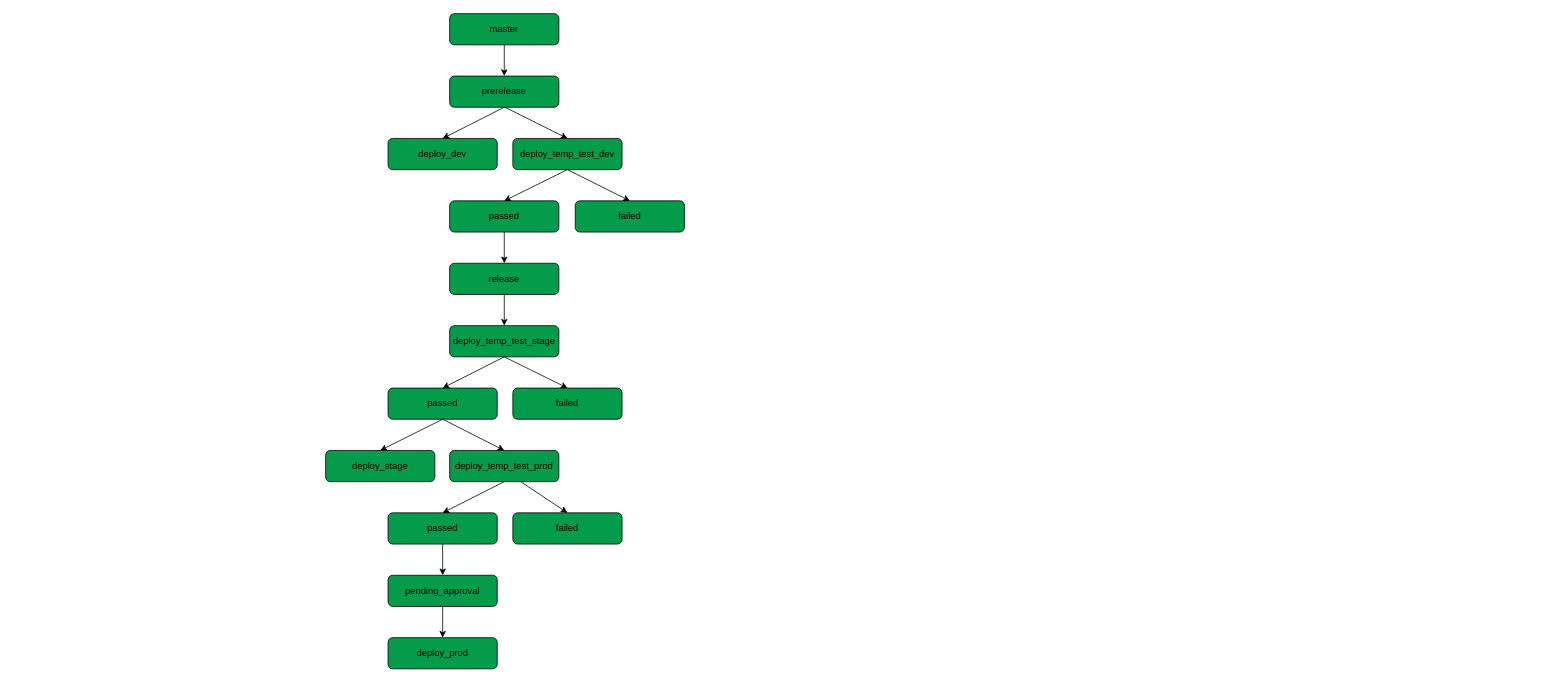
yevhenii-r/test_lerna keeps this draw.io diagram as draw/diagram.drawio. Above is the earlier version. Source tidied: cells renumbered, new cells numbered last; positions are measured from the earlier drawing's top-left corner, leaving out a move shared by most shapes. Both pictures are drawn from the tidied source at 78%, with x=0, y=0 at pixel (325, 13).
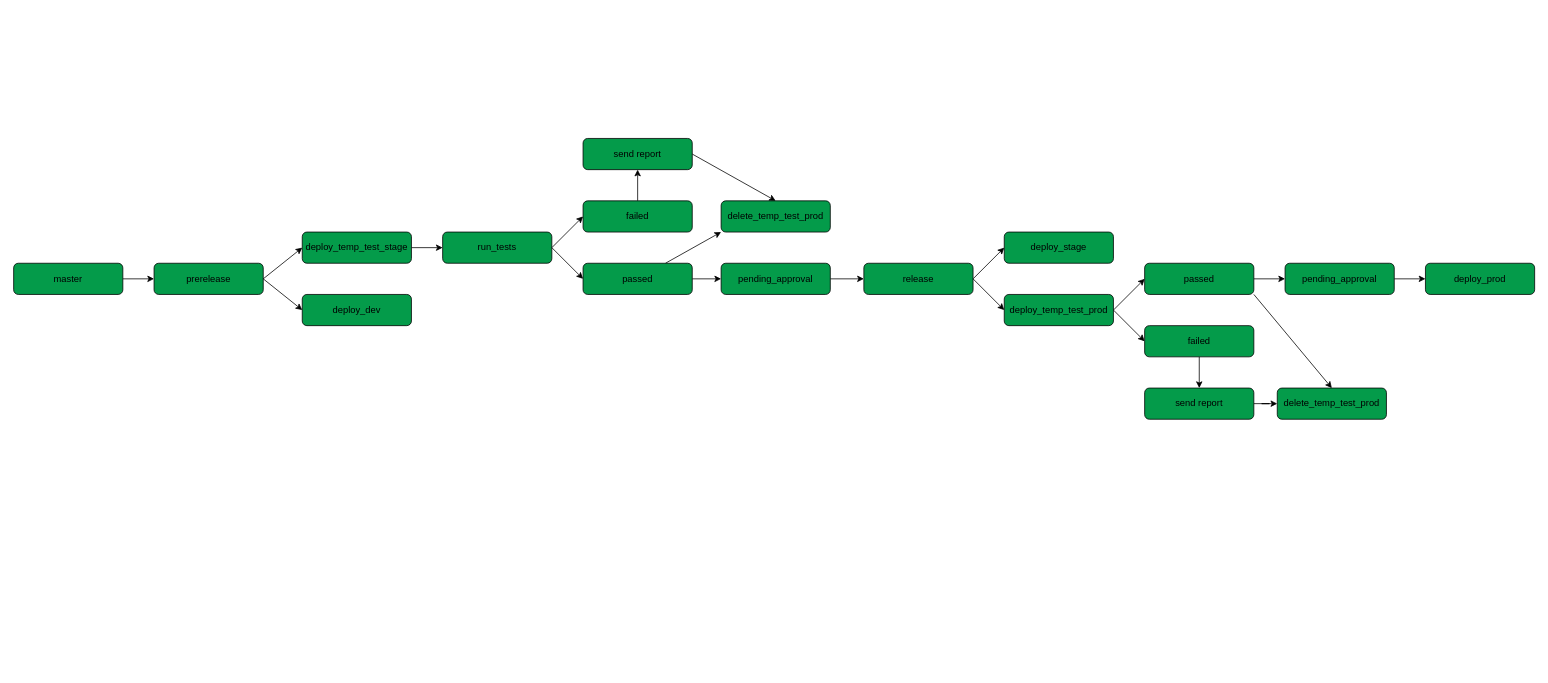
The same diagram, later.

Diff of the diagram source:
```diff
@@
     <mxCell id="3" value="master" style="rounded=1;whiteSpace=wrap;html=1;fillColor=#049B4A;" parent="1" vertex="1">
-      <mxGeometry x="159" width="140" height="40" as="geometry" />
+      <mxGeometry x="-400" y="320" width="140" height="40" as="geometry" />
     </mxCell>
     <mxCell id="4" value="deploy_prod" style="rounded=1;whiteSpace=wrap;html=1;fillColor=#049B4A;" parent="1" vertex="1">
-      <mxGeometry x="80" y="800" width="140" height="40" as="geometry" />
+      <mxGeometry x="1410" y="320" width="140" height="40" as="geometry" />
     </mxCell>
     <mxCell id="5" value="deploy_dev" style="rounded=1;whiteSpace=wrap;html=1;fillColor=#049B4A;" parent="1" vertex="1">
-      <mxGeometry x="80" y="160" width="140" height="40" as="geometry" />
+      <mxGeometry x="-30" y="360" width="140" height="40" as="geometry" />
     </mxCell>
     <mxCell id="6" value="prerelease" style="rounded=1;whiteSpace=wrap;html=1;fillColor=#049B4A;" parent="1" vertex="1">
-      <mxGeometry x="159" y="80" width="140" height="40" as="geometry" />
+      <mxGeometry x="-220" y="320" width="140" height="40" as="geometry" />
     </mxCell>
-    <mxCell id="7" style="edgeStyle=orthogonalEdgeStyle;rounded=0;jettySize=auto;html=1;" parent="1" edge="1" source="8" target="13">
+    <mxCell id="7" style="edgeStyle=none;rounded=0;jettySize=auto;html=1;" parent="1" edge="1" source="8" target="13">
       <mxGeometry relative="1" as="geometry" />
     </mxCell>
-    <mxCell id="8" value="release" style="rounded=1;whiteSpace=wrap;html=1;fillColor=#049B4A;" parent="1" vertex="1">
-      <mxGeometry x="159" y="320" width="140" height="40" as="geometry" />
+    <mxCell id="8" value="pending_approval" style="rounded=1;whiteSpace=wrap;html=1;fillColor=#049B4A;" parent="1" vertex="1">
+      <mxGeometry x="507" y="320" width="140" height="40" as="geometry" />
     </mxCell>
-    <mxCell id="9" style="edgeStyle=orthogonalEdgeStyle;rounded=0;jettySize=auto;html=1;" parent="1" edge="1" source="10" target="22">
+    <mxCell id="9" style="edgeStyle=none;rounded=0;jettySize=auto;html=1;" parent="1" edge="1" source="10" target="22">
       <mxGeometry relative="1" as="geometry" />
     </mxCell>
+    <mxCell id="33" style="edgeStyle=none;rounded=0;jettySize=auto;html=1;entryX=0.5;entryY=0;entryDx=0;entryDy=0;exitX=1;exitY=1;exitDx=0;exitDy=0;" parent="1" edge="1" source="10" target="44">
+      <mxGeometry relative="1" as="geometry" />
+    </mxCell>
     <mxCell id="10" value="passed" style="rounded=1;whiteSpace=wrap;html=1;fillColor=#049B4A;" parent="1" vertex="1">
-      <mxGeometry x="80" y="640" width="140" height="40" as="geometry" />
+      <mxGeometry x="1050" y="320" width="140" height="40" as="geometry" />
     </mxCell>
     <mxCell id="11" value="deploy_stage" style="rounded=1;whiteSpace=wrap;html=1;fillColor=#049B4A;" parent="1" vertex="1">
-      <mxGeometry y="560" width="140" height="40" as="geometry" />
+      <mxGeometry x="870" y="280" width="140" height="40" as="geometry" />
     </mxCell>
-    <mxCell id="12" value="deploy_temp_test_dev" style="rounded=1;whiteSpace=wrap;html=1;fillColor=#049B4A;" parent="1" vertex="1">
-      <mxGeometry x="240" y="160" width="140" height="40" as="geometry" />
-    </mxCell>
+    <mxCell id="34" style="edgeStyle=none;rounded=0;jettySize=auto;html=1;entryX=0;entryY=0.5;entryDx=0;entryDy=0;exitX=1;exitY=0.5;exitDx=0;exitDy=0;" parent="1" edge="1" source="13" target="11">
+      <mxGeometry relative="1" as="geometry" />
+    </mxCell>
+    <mxCell id="35" style="edgeStyle=none;rounded=0;jettySize=auto;html=1;entryX=0;entryY=0.5;entryDx=0;entryDy=0;exitX=1;exitY=0.5;exitDx=0;exitDy=0;" parent="1" edge="1" source="13" target="14">
+      <mxGeometry relative="1" as="geometry" />
+    </mxCell>
-    <mxCell id="13" value="deploy_temp_test_stage" style="rounded=1;whiteSpace=wrap;html=1;fillColor=#049B4A;" parent="1" vertex="1">
-      <mxGeometry x="159" y="400" width="140" height="40" as="geometry" />
+    <mxCell id="13" value="release" style="rounded=1;whiteSpace=wrap;html=1;fillColor=#049B4A;" parent="1" vertex="1">
+      <mxGeometry x="690" y="320" width="140" height="40" as="geometry" />
     </mxCell>
+    <mxCell id="31" style="edgeStyle=none;rounded=0;jettySize=auto;html=1;exitX=1;exitY=0.5;exitDx=0;exitDy=0;entryX=0;entryY=0.5;entryDx=0;entryDy=0;" parent="1" edge="1" source="14" target="10">
+      <mxGeometry relative="1" as="geometry" />
+    </mxCell>
+    <mxCell id="36" style="edgeStyle=none;rounded=0;jettySize=auto;html=1;entryX=0;entryY=0.5;entryDx=0;entryDy=0;exitX=1;exitY=0.5;exitDx=0;exitDy=0;" parent="1" edge="1" source="14" target="20">
+      <mxGeometry relative="1" as="geometry" />
+    </mxCell>
     <mxCell id="14" value="deploy_temp_test_prod" style="rounded=1;whiteSpace=wrap;html=1;fillColor=#049B4A;" parent="1" vertex="1">
-      <mxGeometry x="159" y="560" width="140" height="40" as="geometry" />
+      <mxGeometry x="870" y="360" width="140" height="40" as="geometry" />
     </mxCell>
-    <mxCell id="15" style="edgeStyle=orthogonalEdgeStyle;rounded=0;jettySize=auto;html=1;" parent="1" edge="1" source="16" target="8">
+    <mxCell id="15" style="edgeStyle=none;rounded=0;jettySize=auto;html=1;" parent="1" edge="1" source="16" target="8">
       <mxGeometry relative="1" as="geometry" />
     </mxCell>
+    <mxCell id="37" style="edgeStyle=none;rounded=0;jettySize=auto;html=1;entryX=0;entryY=1;entryDx=0;entryDy=0;" parent="1" edge="1" source="16" target="51">
+      <mxGeometry relative="1" as="geometry" />
+    </mxCell>
     <mxCell id="16" value="passed" style="rounded=1;whiteSpace=wrap;html=1;fillColor=#049B4A;" parent="1" vertex="1">
-      <mxGeometry x="159" y="240" width="140" height="40" as="geometry" />
+      <mxGeometry x="330" y="320" width="140" height="40" as="geometry" />
     </mxCell>
-    <mxCell id="17" value="passed" style="rounded=1;whiteSpace=wrap;html=1;fillColor=#049B4A;" parent="1" vertex="1">
-      <mxGeometry x="80" y="480" width="140" height="40" as="geometry" />
-    </mxCell>
+    <mxCell id="38" style="edgeStyle=none;rounded=0;jettySize=auto;html=1;" parent="1" edge="1" source="18" target="50">
+      <mxGeometry relative="1" as="geometry" />
+    </mxCell>
     <mxCell id="18" value="failed" style="rounded=1;whiteSpace=wrap;html=1;fillColor=#049B4A;" parent="1" vertex="1">
-      <mxGeometry x="320" y="240" width="140" height="40" as="geometry" />
+      <mxGeometry x="330" y="240" width="140" height="40" as="geometry" />
     </mxCell>
-    <mxCell id="19" value="failed" style="rounded=1;whiteSpace=wrap;html=1;fillColor=#049B4A;" parent="1" vertex="1">
-      <mxGeometry x="240" y="480" width="140" height="40" as="geometry" />
-    </mxCell>
+    <mxCell id="39" style="edgeStyle=orthogonalEdgeStyle;rounded=0;jettySize=auto;html=1;" parent="1" edge="1" source="20" target="43">
+      <mxGeometry relative="1" as="geometry" />
+    </mxCell>
     <mxCell id="20" value="failed" style="rounded=1;whiteSpace=wrap;html=1;fillColor=#049B4A;" parent="1" vertex="1">
-      <mxGeometry x="240" y="640" width="140" height="40" as="geometry" />
+      <mxGeometry x="1050" y="400" width="140" height="40" as="geometry" />
     </mxCell>
@@
     <mxCell id="22" value="pending_approval" style="rounded=1;whiteSpace=wrap;html=1;fillColor=#049B4A;" parent="1" vertex="1">
-      <mxGeometry x="80" y="720" width="140" height="40" as="geometry" />
+      <mxGeometry x="1230" y="320" width="140" height="40" as="geometry" />
     </mxCell>
-    <mxCell id="23" style="endArrow=classic;html=1;exitX=0.5;exitY=1;exitDx=0;exitDy=0;entryX=0.5;entryY=0;entryDx=0;entryDy=0;" parent="1" edge="1" source="6" target="5">
+    <mxCell id="23" style="endArrow=classic;html=1;exitX=1;exitY=0.5;exitDx=0;exitDy=0;entryX=0;entryY=0.5;entryDx=0;entryDy=0;" parent="1" edge="1" source="6" target="41">
       <mxGeometry relative="1" as="geometry" />
     </mxCell>
-    <mxCell id="24" style="endArrow=classic;html=1;entryX=0.5;entryY=0;entryDx=0;entryDy=0;" parent="1" edge="1" target="12">
-      <mxGeometry relative="1" as="geometry">
-        <mxPoint x="230" y="120" as="sourcePoint" />
-      </mxGeometry>
-    </mxCell>
-    <mxCell id="25" style="endArrow=classic;html=1;entryX=0.5;entryY=0;entryDx=0;entryDy=0;exitX=0.5;exitY=1;exitDx=0;exitDy=0;" parent="1" edge="1" source="12" target="16">
-      <mxGeometry relative="1" as="geometry" />
-    </mxCell>
-    <mxCell id="26" style="endArrow=classic;html=1;exitX=0.5;exitY=1;exitDx=0;exitDy=0;entryX=0.5;entryY=0;entryDx=0;entryDy=0;" parent="1" edge="1" source="12" target="18">
-      <mxGeometry relative="1" as="geometry" />
-    </mxCell>
-    <mxCell id="27" style="endArrow=classic;html=1;exitX=0.5;exitY=1;exitDx=0;exitDy=0;entryX=0.5;entryY=0;entryDx=0;entryDy=0;" parent="1" edge="1" source="13" target="17">
-      <mxGeometry relative="1" as="geometry" />
-    </mxCell>
-    <mxCell id="28" style="endArrow=classic;html=1;exitX=0.5;exitY=1;exitDx=0;exitDy=0;entryX=0.5;entryY=0;entryDx=0;entryDy=0;" parent="1" edge="1" source="13" target="19">
-      <mxGeometry relative="1" as="geometry" />
-    </mxCell>
-    <mxCell id="29" style="endArrow=classic;html=1;exitX=0.5;exitY=1;exitDx=0;exitDy=0;entryX=0.5;entryY=0;entryDx=0;entryDy=0;" parent="1" edge="1" source="17" target="11">
-      <mxGeometry relative="1" as="geometry" />
-    </mxCell>
-    <mxCell id="30" style="endArrow=classic;html=1;exitX=0.5;exitY=1;exitDx=0;exitDy=0;entryX=0.5;entryY=0;entryDx=0;entryDy=0;" parent="1" edge="1" source="17" target="14">
-      <mxGeometry relative="1" as="geometry" />
-    </mxCell>
-    <mxCell id="31" style="endArrow=classic;html=1;exitX=0.5;exitY=1;exitDx=0;exitDy=0;entryX=0.5;entryY=0;entryDx=0;entryDy=0;" parent="1" edge="1" source="14" target="10">
-      <mxGeometry relative="1" as="geometry" />
-    </mxCell>
-    <mxCell id="32" style="endArrow=classic;html=1;entryX=0.5;entryY=0;entryDx=0;entryDy=0;" parent="1" edge="1" target="20">
-      <mxGeometry relative="1" as="geometry">
-        <mxPoint x="250" y="600" as="sourcePoint" />
-      </mxGeometry>
-    </mxCell>
+    <mxCell id="40" style="edgeStyle=orthogonalEdgeStyle;rounded=0;jettySize=auto;html=1;" parent="1" edge="1" source="41" target="47">
+      <mxGeometry relative="1" as="geometry" />
+    </mxCell>
+    <mxCell id="41" value="deploy_temp_test_stage" style="rounded=1;whiteSpace=wrap;html=1;fillColor=#049B4A;" parent="1" vertex="1">
+      <mxGeometry x="-30" y="280" width="140" height="40" as="geometry" />
+    </mxCell>
+    <mxCell id="42" style="edgeStyle=orthogonalEdgeStyle;rounded=0;jettySize=auto;html=1;" parent="1" edge="1" source="43" target="44">
+      <mxGeometry relative="1" as="geometry" />
+    </mxCell>
+    <mxCell id="43" value="send report" style="rounded=1;whiteSpace=wrap;html=1;fillColor=#049B4A;" parent="1" vertex="1">
+      <mxGeometry x="1050" y="480" width="140" height="40" as="geometry" />
+    </mxCell>
+    <mxCell id="44" value="delete_temp_test_prod" style="rounded=1;whiteSpace=wrap;html=1;fillColor=#049B4A;" parent="1" vertex="1">
+      <mxGeometry x="1220" y="480" width="140" height="40" as="geometry" />
+    </mxCell>
+    <mxCell id="45" style="endArrow=classic;html=1;exitX=1;exitY=0.5;exitDx=0;exitDy=0;entryX=0;entryY=0.5;entryDx=0;entryDy=0;" parent="1" edge="1" source="6" target="5">
+      <mxGeometry relative="1" as="geometry" />
+    </mxCell>
+    <mxCell id="46" style="rounded=0;jettySize=auto;html=1;entryX=0;entryY=0.5;entryDx=0;entryDy=0;exitX=1;exitY=0.5;exitDx=0;exitDy=0;" parent="1" edge="1" source="47" target="18">
+      <mxGeometry relative="1" as="geometry" />
+    </mxCell>
+    <mxCell id="47" value="run_tests" style="rounded=1;whiteSpace=wrap;html=1;fillColor=#049B4A;" parent="1" vertex="1">
+      <mxGeometry x="150" y="280" width="140" height="40" as="geometry" />
+    </mxCell>
+    <mxCell id="48" style="rounded=0;jettySize=auto;html=1;entryX=0;entryY=0.5;entryDx=0;entryDy=0;exitX=1;exitY=0.5;exitDx=0;exitDy=0;" parent="1" edge="1" source="47" target="16">
+      <mxGeometry relative="1" as="geometry" />
+    </mxCell>
+    <mxCell id="49" style="rounded=0;jettySize=auto;html=1;exitX=1;exitY=0.5;exitDx=0;exitDy=0;entryX=0.5;entryY=0;entryDx=0;entryDy=0;" parent="1" edge="1" source="50" target="51">
+      <mxGeometry relative="1" as="geometry" />
+    </mxCell>
+    <mxCell id="50" value="send report" style="rounded=1;whiteSpace=wrap;html=1;fillColor=#049B4A;" parent="1" vertex="1">
+      <mxGeometry x="330" y="160" width="140" height="40" as="geometry" />
+    </mxCell>
+    <mxCell id="51" value="delete_temp_test_prod" style="rounded=1;whiteSpace=wrap;html=1;fillColor=#049B4A;" parent="1" vertex="1">
+      <mxGeometry x="507" y="240" width="140" height="40" as="geometry" />
+    </mxCell>
```
